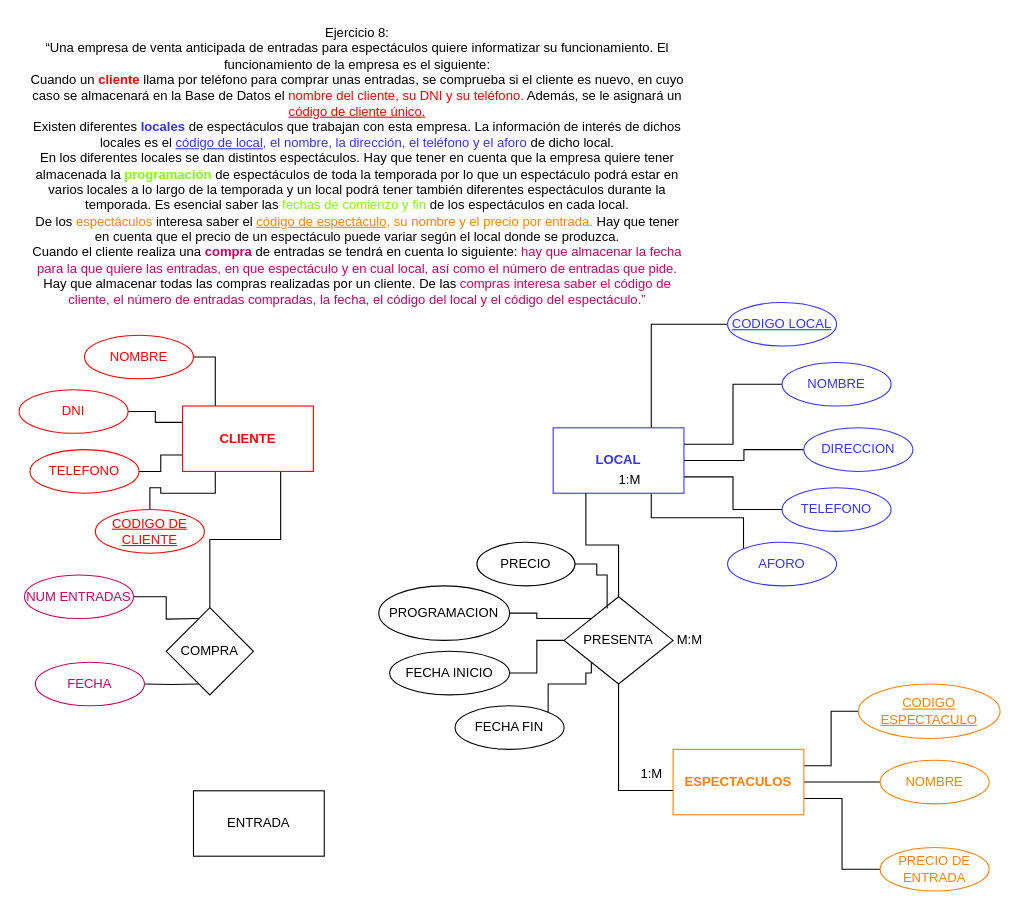
The draw.io diagram page "Página-4" (4 of 5) of Diagrama sin título.drawio in Cris25nkl/DIAGRAMS_BD, before the edit. Source tidied: cells renumbered, new cells numbered last; positions are measured from the earlier drawing's top-left corner, leaving out a move shared by most shapes. Both pictures are drawn from the tidied source at 109%, with x=0, y=0 at pixel (19, 19).
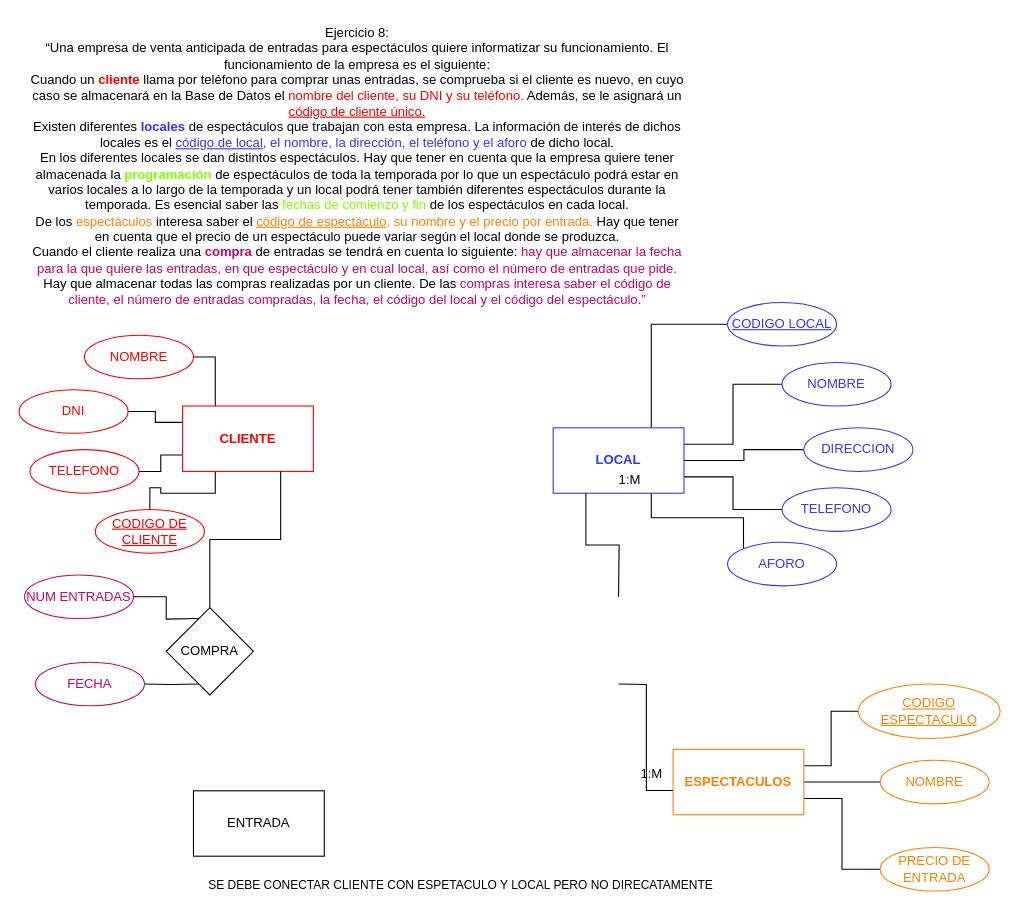
After the change.

The change refers to these unchanged cells:
```xml
<mxCell id="13" value="&lt;b&gt;LOCAL&lt;/b&gt;" style="whiteSpace=wrap;html=1;strokeColor=#3333FF;fontColor=#3333FF;" parent="1" vertex="1">
  <mxGeometry x="490" y="375" width="120" height="60" as="geometry" />
</mxCell>
<mxCell id="17" value="ESPECTACULOS" style="whiteSpace=wrap;html=1;fontStyle=1;strokeColor=#FF8000;fontColor=#FF8000;" parent="1" vertex="1">
  <mxGeometry x="600" y="670" width="120" height="60" as="geometry" />
</mxCell>
```

The edit, as a diff of the source:
```diff
@@
-    <mxCell id="34" style="edgeStyle=orthogonalEdgeStyle;rounded=0;jettySize=auto;html=1;entryX=0.25;entryY=1;entryDx=0;entryDy=0;endArrow=none;endFill=0;" parent="1" edge="1" source="36" target="13">
-      <mxGeometry relative="1" as="geometry" />
+    <mxCell id="34" style="edgeStyle=orthogonalEdgeStyle;rounded=0;jettySize=auto;html=1;entryX=0.25;entryY=1;entryDx=0;entryDy=0;endArrow=none;endFill=0;" parent="1" edge="1" target="13">
+      <mxGeometry relative="1" as="geometry">
+        <mxPoint x="550" y="530" as="sourcePoint" />
+      </mxGeometry>
     </mxCell>
-    <mxCell id="35" style="edgeStyle=orthogonalEdgeStyle;rounded=0;jettySize=auto;html=1;entryX=-0.002;entryY=0.629;entryDx=0;entryDy=0;entryPerimeter=0;exitX=0.5;exitY=1;exitDx=0;exitDy=0;endArrow=none;endFill=0;" parent="1" edge="1" source="36" target="17">
-      <mxGeometry relative="1" as="geometry" />
+    <mxCell id="35" style="edgeStyle=orthogonalEdgeStyle;rounded=0;jettySize=auto;html=1;entryX=-0.002;entryY=0.629;entryDx=0;entryDy=0;entryPerimeter=0;exitX=0.5;exitY=1;exitDx=0;exitDy=0;endArrow=none;endFill=0;" parent="1" edge="1" target="17">
+      <mxGeometry relative="1" as="geometry">
+        <mxPoint x="550" y="610" as="sourcePoint" />
+      </mxGeometry>
     </mxCell>
-    <mxCell id="36" value="PRESENTA" style="rhombus;whiteSpace=wrap;html=1;" parent="1" vertex="1">
-      <mxGeometry x="500" y="530" width="100" height="80" as="geometry" />
-    </mxCell>
@@
-    <mxCell id="39" value="M:M" style="text;html=1;align=center;verticalAlign=middle;strokeColor=none;fillColor=none;" parent="1" vertex="1">
-      <mxGeometry x="590" y="555" width="50" height="30" as="geometry" />
-    </mxCell>
@@
-    <mxCell id="42" style="edgeStyle=orthogonalEdgeStyle;rounded=0;jettySize=auto;html=1;entryX=0.395;entryY=0.135;entryDx=0;entryDy=0;entryPerimeter=0;endArrow=none;endFill=0;exitX=1;exitY=0.5;exitDx=0;exitDy=0;" parent="1" edge="1" source="43" target="36">
-      <mxGeometry relative="1" as="geometry">
-        <Array as="points">
-          <mxPoint x="530" y="500" />
-          <mxPoint x="530" y="510" />
-          <mxPoint x="540" y="510" />
-        </Array>
-      </mxGeometry>
-    </mxCell>
-    <mxCell id="43" value="PRECIO" style="ellipse;whiteSpace=wrap;html=1;" parent="1" vertex="1">
-      <mxGeometry x="420" y="480" width="90" height="40" as="geometry" />
-    </mxCell>
-    <mxCell id="44" style="edgeStyle=orthogonalEdgeStyle;rounded=0;jettySize=auto;html=1;exitX=1;exitY=0.5;exitDx=0;exitDy=0;entryX=0;entryY=0;entryDx=0;entryDy=0;endArrow=none;endFill=0;" parent="1" edge="1" source="45" target="36">
-      <mxGeometry relative="1" as="geometry" />
-    </mxCell>
-    <mxCell id="45" value="PROGRAMACION" style="ellipse;whiteSpace=wrap;html=1;" parent="1" vertex="1">
-      <mxGeometry x="330" y="520" width="120" height="50" as="geometry" />
-    </mxCell>
-    <mxCell id="46" style="edgeStyle=orthogonalEdgeStyle;rounded=0;jettySize=auto;html=1;entryX=0;entryY=0.5;entryDx=0;entryDy=0;endArrow=none;endFill=0;" parent="1" edge="1" source="47" target="36">
-      <mxGeometry relative="1" as="geometry" />
-    </mxCell>
-    <mxCell id="47" value="FECHA INICIO" style="ellipse;whiteSpace=wrap;html=1;" parent="1" vertex="1">
-      <mxGeometry x="340" y="580" width="110" height="40" as="geometry" />
-    </mxCell>
-    <mxCell id="48" style="edgeStyle=orthogonalEdgeStyle;rounded=0;jettySize=auto;html=1;exitX=1;exitY=0;exitDx=0;exitDy=0;entryX=0;entryY=1;entryDx=0;entryDy=0;endArrow=none;endFill=0;" parent="1" edge="1" source="49" target="36">
-      <mxGeometry relative="1" as="geometry">
-        <Array as="points">
-          <mxPoint x="485" y="610" />
-          <mxPoint x="520" y="610" />
-          <mxPoint x="520" y="600" />
-          <mxPoint x="525" y="600" />
-        </Array>
-      </mxGeometry>
-    </mxCell>
-    <mxCell id="49" value="FECHA FIN" style="ellipse;whiteSpace=wrap;html=1;" parent="1" vertex="1">
-      <mxGeometry x="400" y="630" width="100" height="40" as="geometry" />
-    </mxCell>
@@
+    <mxCell id="51" value="SE DEBE CONECTAR CLIENTE CON ESPETACULO Y LOCAL PERO NO DIRECATAMENTE&lt;br&gt;" style="text;html=1;align=center;verticalAlign=middle;strokeColor=none;fillColor=none;fontSize=11;fontFamily=Helvetica;fontColor=default;" parent="1" vertex="1">
+      <mxGeometry x="160" y="780" width="490" height="30" as="geometry" />
+    </mxCell>
```
